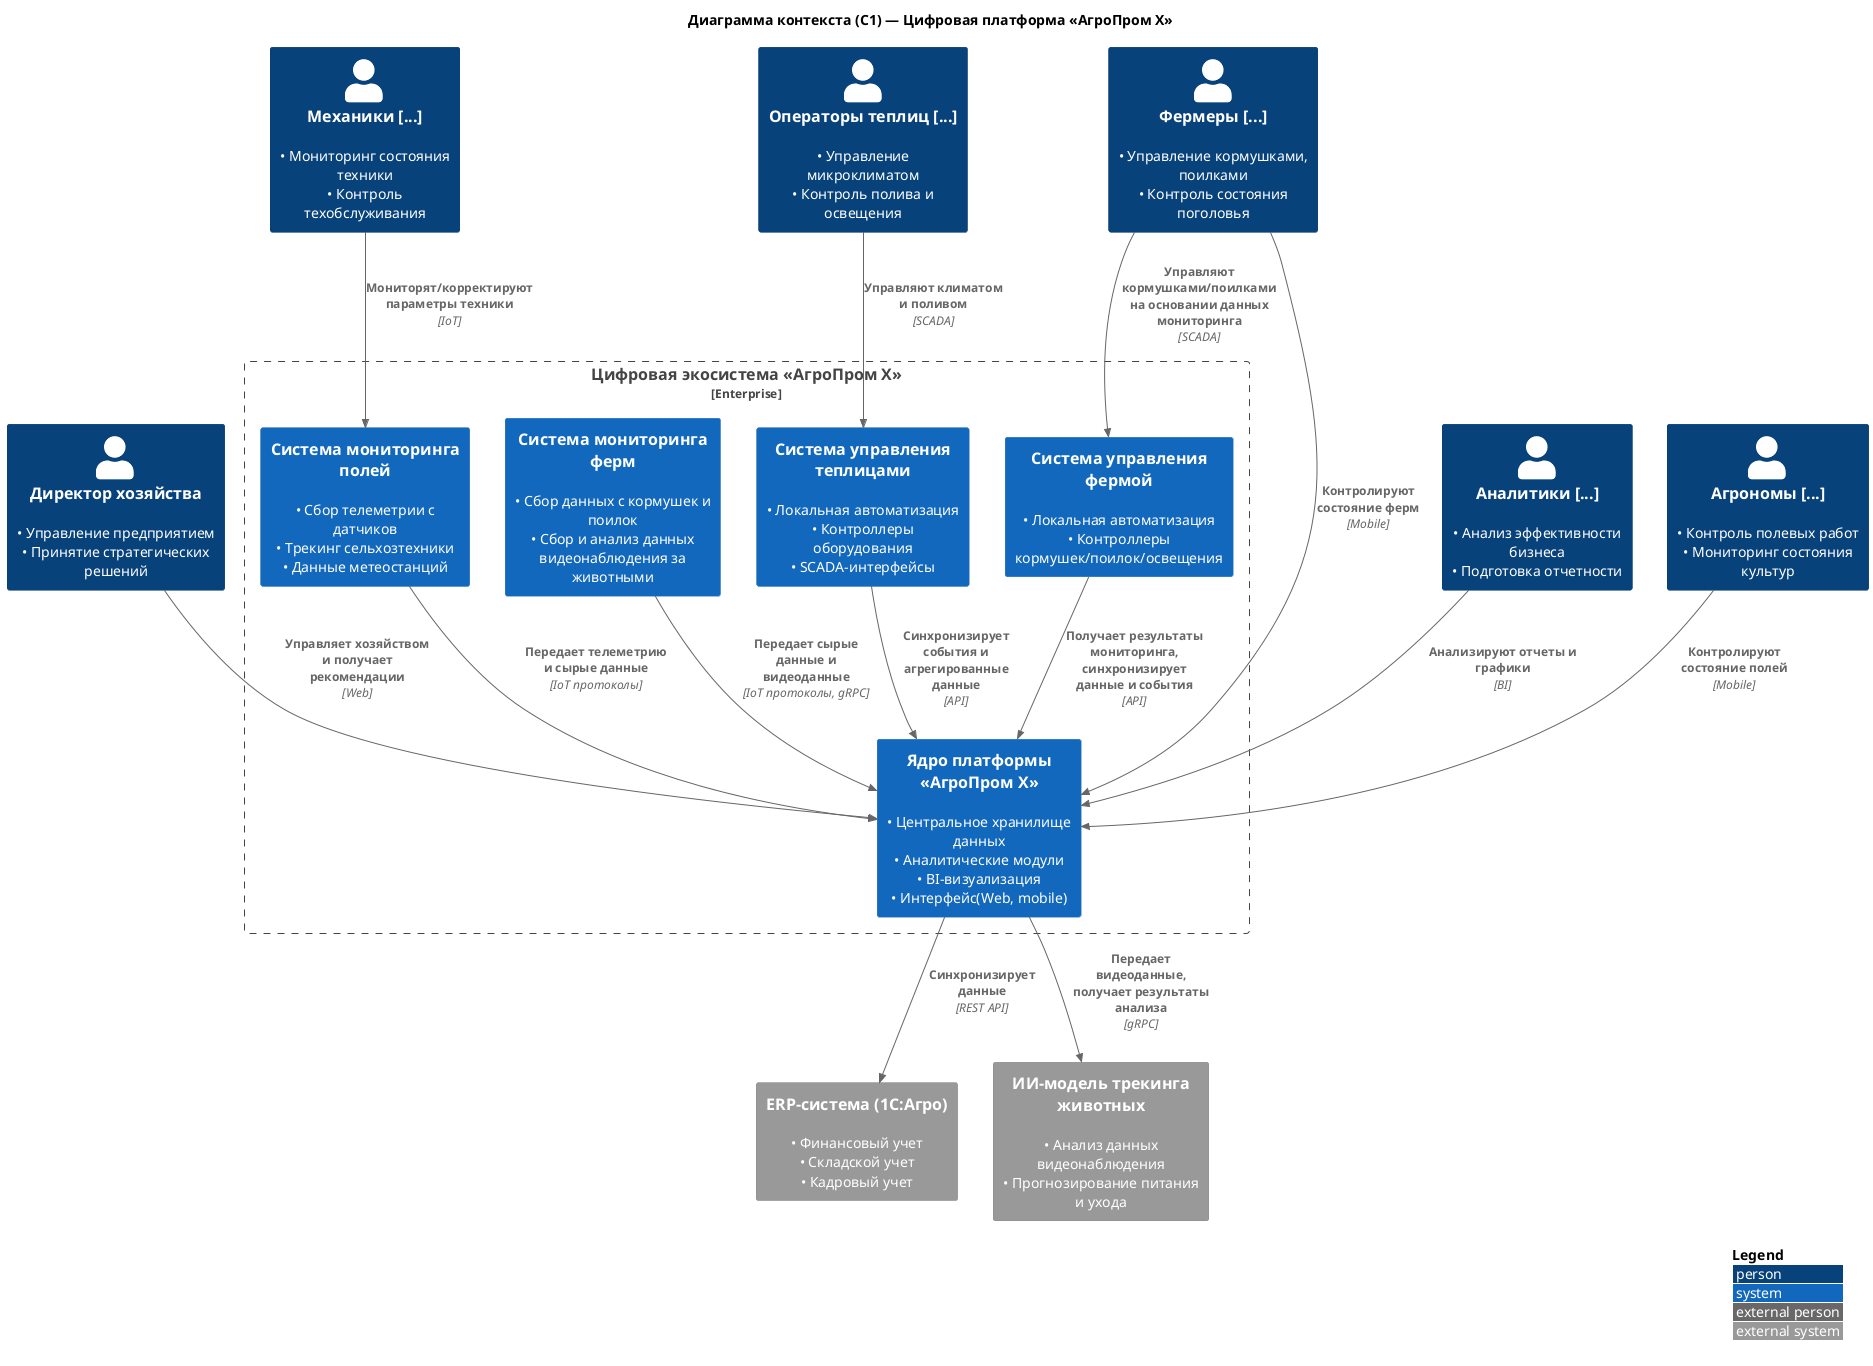
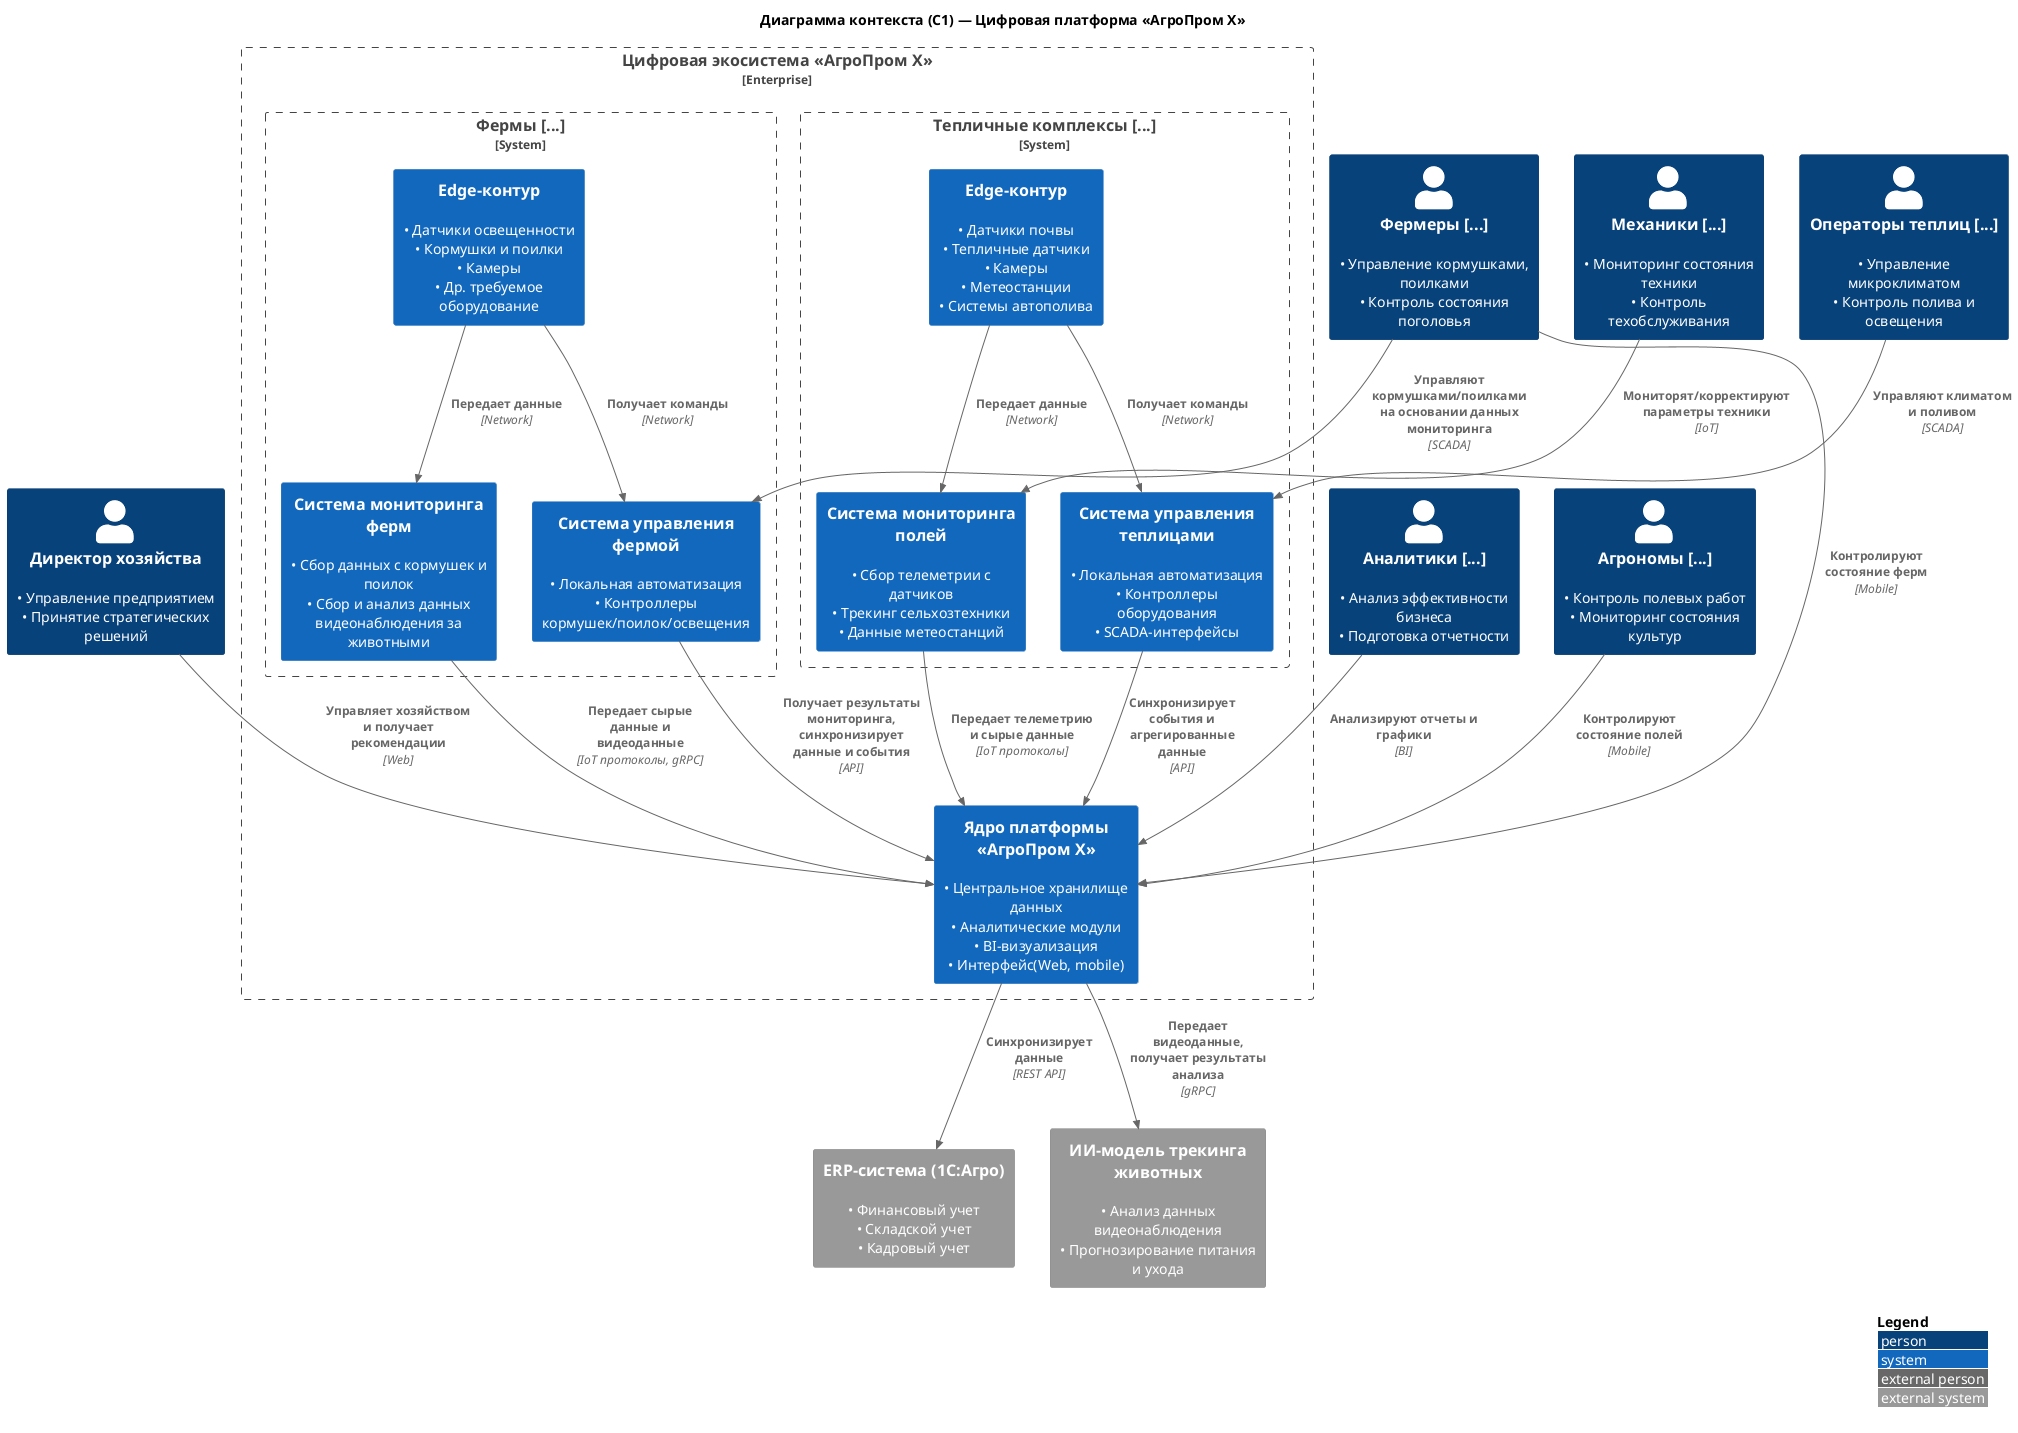
@startuml

!include <C4/C4_Context>

LAYOUT_WITH_LEGEND()

title Диаграмма контекста (C1) — Цифровая платформа «АгроПром X»

' Пользователи
Person(director, "Директор хозяйства", "• Управление предприятием\n• Принятие стратегических решений")
Person(analyst, "Аналитики [...]", "• Анализ эффективности бизнеса\n• Подготовка отчетности")
Person(agronom, "Агрономы [...]", "• Контроль полевых работ\n• Мониторинг состояния культур")
Person(mechanic, "Механики [...]", "• Мониторинг состояния техники\n• Контроль техобслуживания")
Person(operator, "Операторы теплиц [...]", "• Управление микроклиматом\n• Контроль полива и освещения")
Person(farmer, "Фермеры [...]", "• Управление кормушками, поилками\n• Контроль состояния поголовья")


' Внутренний контур предприятия
Enterprise_Boundary(company, "Цифровая экосистема «АгроПром X»") {
-     System(fields_sys, "Система мониторинга полей", "• Сбор телеметрии с датчиков\n• Трекинг сельхозтехники\n• Данные метеостанций")
+ System_Boundary(agro, "Тепличные комплексы [...]"){
+ System(edge,"Edge-контур","• Датчики почвы\n• Тепличные датчики\n• Камеры\n• Метеостанции\n• Системы автополива")
+    System(fields_sys, "Система мониторинга полей", "• Сбор телеметрии с датчиков\n• Трекинг сельхозтехники\n• Данные метеостанций")
    System(greenhouse_sys, "Система управления теплицами", "• Локальная автоматизация\n• Контроллеры оборудования\n• SCADA-интерфейсы")
-     System(agroprom, "Ядро платформы «АгроПром X»", "• Центральное хранилище данных\n• Аналитические модули\n• BI-визуализация\n• Интерфейс(Web, mobile)")
+ 
+ }
+  System_Boundary(farm, "Фермы [...]"){
+  System(edge_f,"Edge-контур","• Датчики освещенности\n• Кормушки и поилки\n• Камеры\n• Др. требуемое оборудование")
    System(farm_sys, "Система мониторинга ферм", "• Сбор данных с кормушек и поилок\n• Сбор и анализ данных видеонаблюдения за животными")
    System(food_sys, "Система управления фермой", "• Локальная автоматизация\n• Контроллеры кормушек/поилок/освещения")
+     }
+   System(agroprom, "Ядро платформы «АгроПром X»", "• Центральное хранилище данных\n• Аналитические модули\n• BI-визуализация\n• Интерфейс(Web, mobile)")
}

' Внешние системы
System_Ext(erp, "ERP-система (1С:Агро)", "• Финансовый учет\n• Складской учет\n• Кадровый учет")
System_Ext(AI_model, "ИИ-модель трекинга животных", "• Анализ данных видеонаблюдения\n• Прогнозирование питания и ухода")

' Связи пользователей с системами
Rel(director, agroprom, "Управляет хозяйством и получает рекомендации", "Web")
Rel(analyst, agroprom, "Анализируют отчеты и графики", "BI")
Rel(agronom, agroprom, "Контролируют состояние полей", "Mobile")
Rel(mechanic, fields_sys, "Мониторят/корректируют параметры техники", "IoT")
Rel(operator, greenhouse_sys, "Управляют климатом и поливом", "SCADA")
Rel(farmer, food_sys, "Управляют кормушками/поилками на основании данных мониторинга", "SCADA")
Rel(farmer, agroprom, "Контролируют состояние ферм", "Mobile")

' Взаимодействие между внутренними системами
+ Rel(edge,fields_sys,  "Передает данные", "Network")
+ Rel(edge,greenhouse_sys,  "Получает команды", "Network")
+ Rel(edge_f,farm_sys,  "Передает данные", "Network")
+ Rel(edge_f,food_sys,  "Получает команды", "Network")
+ 
Rel(fields_sys, agroprom, "Передает телеметрию и сырые данные", "IoT протоколы")
Rel(greenhouse_sys, agroprom, "Синхронизирует события и агрегированные данные", "API")
Rel(farm_sys, agroprom, "Передает сырые данные и видеоданные", "IoT протоколы, gRPC")
Rel(food_sys, agroprom, "Получает результаты мониторинга, синхронизирует данные и события", "API")

' Связь с внешней системой
Rel(agroprom, erp, "Синхронизирует данные", "REST API")
Rel(agroprom, AI_model, "Передает видеоданные, получает результаты анализа", "gRPC")

@enduml
